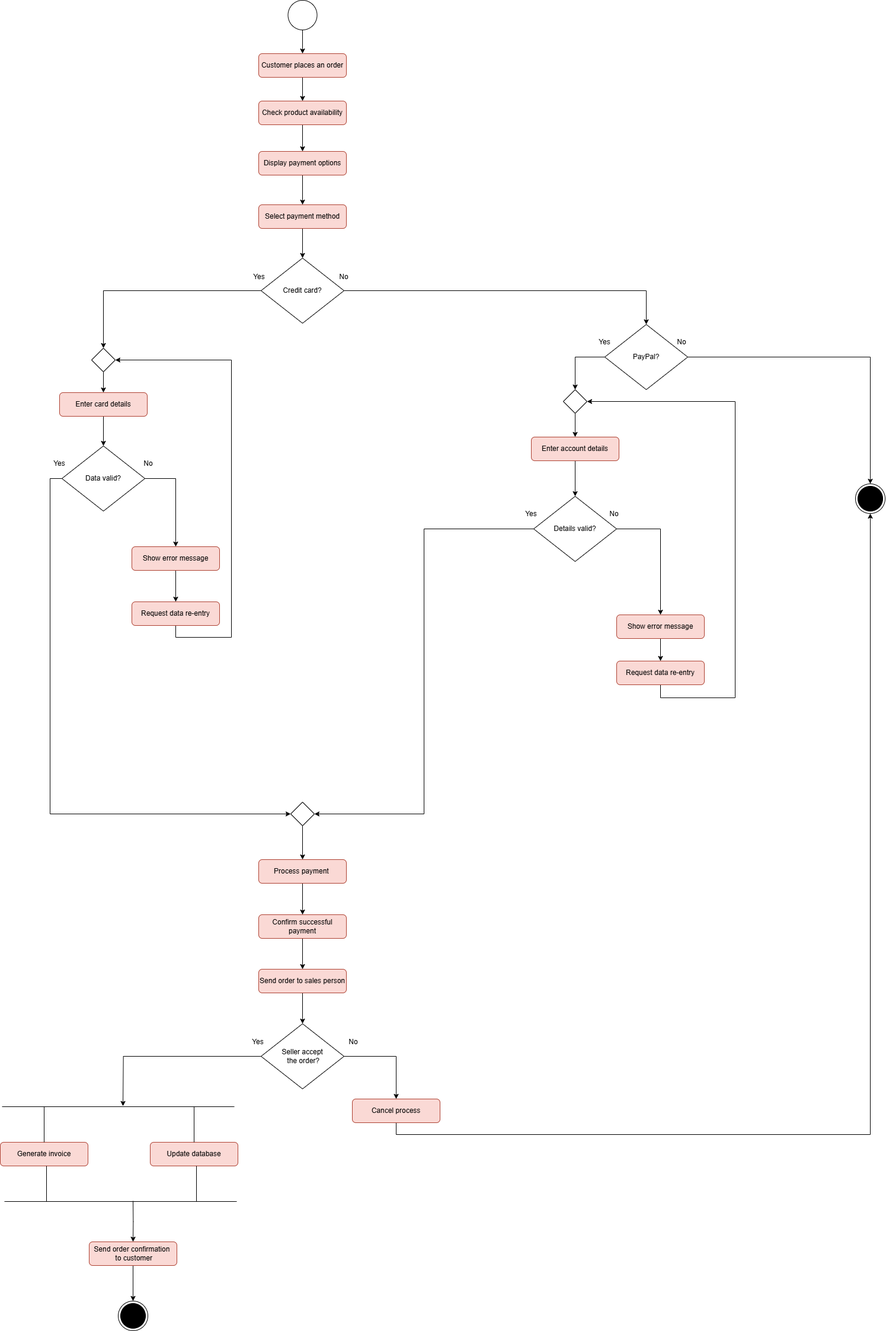
Zaher500/Applications keeps this draw.io diagram as Analysis/activity_diagrams/images/payment_activity.png. Above is the earlier version. Source tidied: cells renumbered, new cells last; positions are measured from the earlier drawing's top-left corner, leaving out a move shared by most shapes.
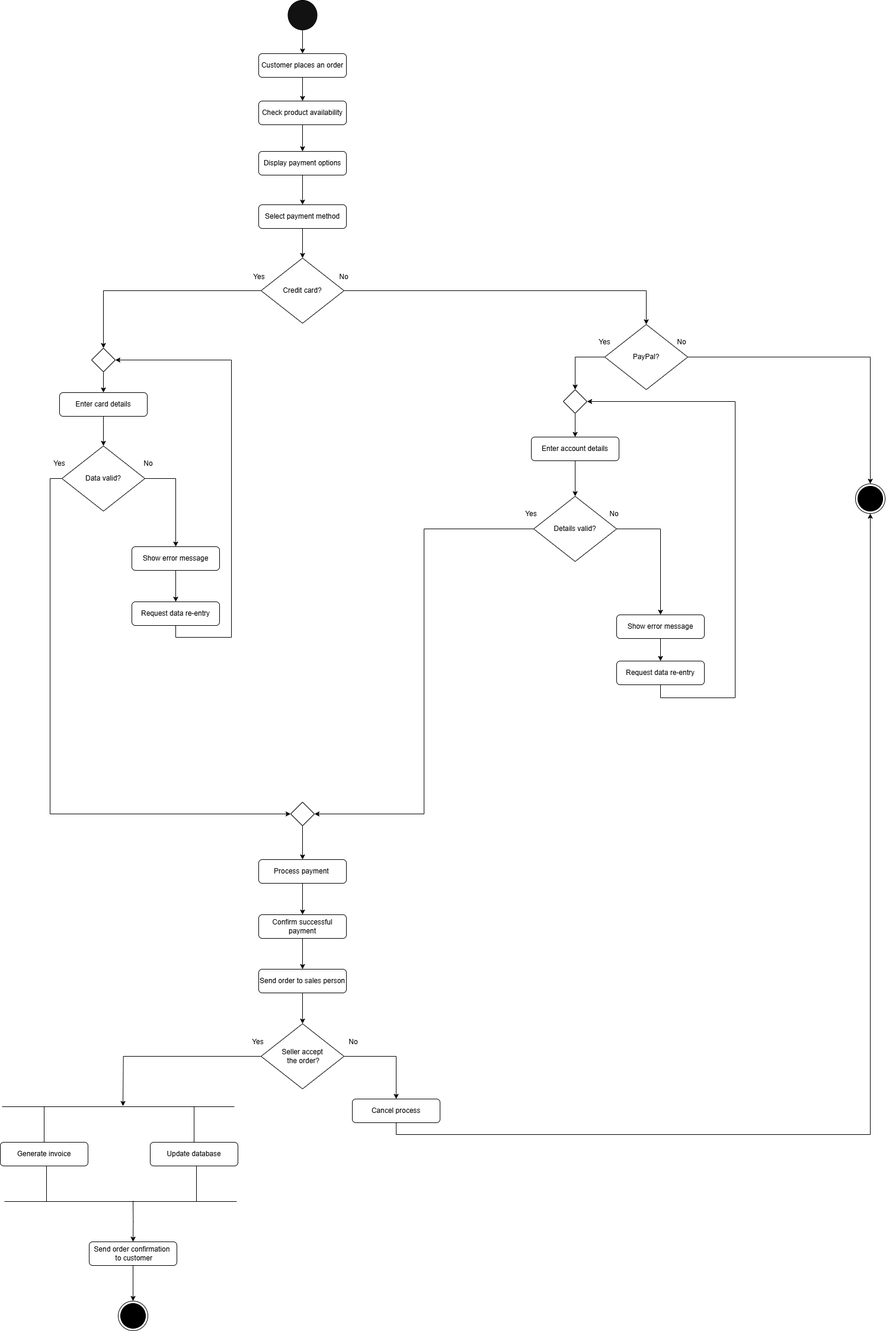
After the change.

Change to the diagram source:
```diff
@@ -5,31 +5,31 @@
     <mxCell id="2" style="edgeStyle=orthogonalEdgeStyle;rounded=0;jettySize=auto;html=1;exitX=0.5;exitY=1;exitDx=0;exitDy=0;entryX=0.5;entryY=0;entryDx=0;entryDy=0;strokeColor=light-dark(#000000,#000000);align=center;verticalAlign=middle;fontFamily=Helvetica;fontSize=11;fontColor=default;labelBackgroundColor=default;endArrow=classic;" parent="1" edge="1" source="3" target="7">
       <mxGeometry relative="1" as="geometry" />
     </mxCell>
-    <mxCell id="3" value="&lt;font style=&quot;color: light-dark(rgb(0, 0, 0), rgb(0, 0, 0));&quot;&gt;Customer places an order&lt;/font&gt;" style="rounded=1;whiteSpace=wrap;html=1;fillColor=light-dark(#FAD9D5,#FFFFFF);strokeColor=#ae4132;" parent="1" vertex="1">
+    <mxCell id="3" value="&lt;font style=&quot;color: light-dark(rgb(0, 0, 0), rgb(0, 0, 0));&quot;&gt;Customer places an order&lt;/font&gt;" style="rounded=1;whiteSpace=wrap;html=1;fillColor=light-dark(#FAD9D5,#FFFFFF);strokeColor=light-dark(#000000,#000000);" parent="1" vertex="1">
       <mxGeometry x="436" y="90" width="148" height="40" as="geometry" />
     </mxCell>
     <mxCell id="4" style="edgeStyle=orthogonalEdgeStyle;rounded=0;jettySize=auto;html=1;exitX=0.5;exitY=1;exitDx=0;exitDy=0;entryX=0.5;entryY=0;entryDx=0;entryDy=0;strokeColor=light-dark(#000000,#000000);" parent="1" edge="1" source="5" target="3">
       <mxGeometry relative="1" as="geometry" />
     </mxCell>
-    <mxCell id="5" style="ellipse;whiteSpace=wrap;html=1;" parent="1" vertex="1">
+    <mxCell id="5" style="ellipse;whiteSpace=wrap;html=1;strokeColor=light-dark(#000000,#000000);" parent="1" vertex="1">
       <mxGeometry x="485.5" width="49" height="50" as="geometry" />
     </mxCell>
     <mxCell id="6" style="edgeStyle=orthogonalEdgeStyle;rounded=0;jettySize=auto;html=1;exitX=0.5;exitY=1;exitDx=0;exitDy=0;entryX=0.5;entryY=0;entryDx=0;entryDy=0;strokeColor=light-dark(#000000,#000000);align=center;verticalAlign=middle;fontFamily=Helvetica;fontSize=11;fontColor=default;labelBackgroundColor=default;endArrow=classic;" parent="1" edge="1" source="7" target="9">
       <mxGeometry relative="1" as="geometry" />
     </mxCell>
-    <mxCell id="7" value="&lt;font style=&quot;color: light-dark(rgb(0, 0, 0), rgb(0, 0, 0));&quot;&gt;Check product availability&lt;/font&gt;" style="rounded=1;whiteSpace=wrap;html=1;fillColor=light-dark(#FAD9D5,#FFFFFF);strokeColor=#ae4132;" parent="1" vertex="1">
+    <mxCell id="7" value="&lt;font style=&quot;color: light-dark(rgb(0, 0, 0), rgb(0, 0, 0));&quot;&gt;Check product availability&lt;/font&gt;" style="rounded=1;whiteSpace=wrap;html=1;fillColor=light-dark(#FAD9D5,#FFFFFF);strokeColor=light-dark(#000000,#000000);" parent="1" vertex="1">
       <mxGeometry x="436" y="170" width="148" height="40" as="geometry" />
     </mxCell>
     <mxCell id="8" style="edgeStyle=orthogonalEdgeStyle;rounded=0;jettySize=auto;html=1;exitX=0.5;exitY=1;exitDx=0;exitDy=0;entryX=0.5;entryY=0;entryDx=0;entryDy=0;strokeColor=light-dark(#000000,#000000);" parent="1" edge="1" source="9" target="11">
       <mxGeometry relative="1" as="geometry" />
     </mxCell>
-    <mxCell id="9" value="&lt;font style=&quot;color: light-dark(rgb(0, 0, 0), rgb(0, 0, 0));&quot;&gt;Display payment options&lt;/font&gt;" style="rounded=1;whiteSpace=wrap;html=1;fillColor=light-dark(#FAD9D5,#FFFFFF);strokeColor=#ae4132;" parent="1" vertex="1">
+    <mxCell id="9" value="&lt;font style=&quot;color: light-dark(rgb(0, 0, 0), rgb(0, 0, 0));&quot;&gt;Display payment options&lt;/font&gt;" style="rounded=1;whiteSpace=wrap;html=1;fillColor=light-dark(#FAD9D5,#FFFFFF);strokeColor=light-dark(#000000,#000000);" parent="1" vertex="1">
       <mxGeometry x="436" y="255" width="148" height="40" as="geometry" />
     </mxCell>
     <mxCell id="10" style="edgeStyle=orthogonalEdgeStyle;rounded=0;jettySize=auto;html=1;exitX=0.5;exitY=1;exitDx=0;exitDy=0;entryX=0.5;entryY=0;entryDx=0;entryDy=0;strokeColor=light-dark(#000000,#000000);" parent="1" edge="1" source="11" target="14">
       <mxGeometry relative="1" as="geometry" />
     </mxCell>
-    <mxCell id="11" value="&lt;font style=&quot;color: light-dark(rgb(0, 0, 0), rgb(0, 0, 0));&quot;&gt;Select payment method&lt;/font&gt;" style="rounded=1;whiteSpace=wrap;html=1;fillColor=light-dark(#FAD9D5,#FFFFFF);strokeColor=#ae4132;" parent="1" vertex="1">
+    <mxCell id="11" value="&lt;font style=&quot;color: light-dark(rgb(0, 0, 0), rgb(0, 0, 0));&quot;&gt;Select payment method&lt;/font&gt;" style="rounded=1;whiteSpace=wrap;html=1;fillColor=light-dark(#FAD9D5,#FFFFFF);strokeColor=light-dark(#000000,#000000);" parent="1" vertex="1">
       <mxGeometry x="436" y="345" width="148" height="40" as="geometry" />
     </mxCell>
     <mxCell id="12" style="edgeStyle=orthogonalEdgeStyle;rounded=0;jettySize=auto;html=1;exitX=1;exitY=0.5;exitDx=0;exitDy=0;entryX=0.5;entryY=0;entryDx=0;entryDy=0;strokeColor=light-dark(#000000,#000000);" parent="1" edge="1" source="14" target="21">
@@ -44,7 +44,7 @@
     <mxCell id="15" style="edgeStyle=orthogonalEdgeStyle;rounded=0;jettySize=auto;html=1;exitX=0.5;exitY=1;exitDx=0;exitDy=0;entryX=0.5;entryY=0;entryDx=0;entryDy=0;strokeColor=light-dark(#000000,#000000);" parent="1" edge="1" source="16" target="39">
       <mxGeometry relative="1" as="geometry" />
     </mxCell>
-    <mxCell id="16" value="&lt;font style=&quot;color: light-dark(rgb(0, 0, 0), rgb(0, 0, 0));&quot;&gt;Enter card details&lt;/font&gt;" style="rounded=1;whiteSpace=wrap;html=1;fillColor=light-dark(#FAD9D5,#FFFFFF);strokeColor=#ae4132;" parent="1" vertex="1">
+    <mxCell id="16" value="&lt;font style=&quot;color: light-dark(rgb(0, 0, 0), rgb(0, 0, 0));&quot;&gt;Enter card details&lt;/font&gt;" style="rounded=1;whiteSpace=wrap;html=1;fillColor=light-dark(#FAD9D5,#FFFFFF);strokeColor=light-dark(#000000,#000000);" parent="1" vertex="1">
       <mxGeometry x="100" y="662" width="148" height="40" as="geometry" />
     </mxCell>
     <mxCell id="17" value="Yes" style="text;html=1;align=center;verticalAlign=middle;whiteSpace=wrap;rounded=0;fontColor=light-dark(#000000,#000000);" parent="1" vertex="1">
@@ -68,7 +68,7 @@
     <mxCell id="23" style="edgeStyle=orthogonalEdgeStyle;rounded=0;jettySize=auto;html=1;exitX=0.5;exitY=1;exitDx=0;exitDy=0;strokeColor=light-dark(#000000,#000000);" parent="1" edge="1" source="24" target="27">
       <mxGeometry relative="1" as="geometry" />
     </mxCell>
-    <mxCell id="24" value="&lt;font style=&quot;color: light-dark(rgb(0, 0, 0), rgb(0, 0, 0));&quot;&gt;Enter account details&lt;/font&gt;" style="rounded=1;whiteSpace=wrap;html=1;fillColor=light-dark(#FAD9D5,#FFFFFF);strokeColor=#ae4132;" parent="1" vertex="1">
+    <mxCell id="24" value="&lt;font style=&quot;color: light-dark(rgb(0, 0, 0), rgb(0, 0, 0));&quot;&gt;Enter account details&lt;/font&gt;" style="rounded=1;whiteSpace=wrap;html=1;fillColor=light-dark(#FAD9D5,#FFFFFF);strokeColor=light-dark(#000000,#000000);" parent="1" vertex="1">
       <mxGeometry x="896" y="737" width="148" height="40" as="geometry" />
     </mxCell>
     <mxCell id="25" style="edgeStyle=orthogonalEdgeStyle;rounded=0;jettySize=auto;html=1;exitX=1;exitY=0.5;exitDx=0;exitDy=0;entryX=0.5;entryY=0;entryDx=0;entryDy=0;strokeColor=light-dark(#000000,#000000);" parent="1" edge="1" source="27" target="32">
@@ -92,7 +92,7 @@
     <mxCell id="31" style="edgeStyle=orthogonalEdgeStyle;rounded=0;jettySize=auto;html=1;exitX=0.5;exitY=1;exitDx=0;exitDy=0;entryX=0.5;entryY=0;entryDx=0;entryDy=0;strokeColor=light-dark(#000000,#000000);" parent="1" edge="1" source="32" target="34">
       <mxGeometry relative="1" as="geometry" />
     </mxCell>
-    <mxCell id="32" value="&lt;font style=&quot;color: light-dark(rgb(0, 0, 0), rgb(0, 0, 0));&quot;&gt;Show error message&lt;/font&gt;" style="rounded=1;whiteSpace=wrap;html=1;fillColor=light-dark(#FAD9D5,#FFFFFF);strokeColor=#ae4132;" parent="1" vertex="1">
+    <mxCell id="32" value="&lt;font style=&quot;color: light-dark(rgb(0, 0, 0), rgb(0, 0, 0));&quot;&gt;Show error message&lt;/font&gt;" style="rounded=1;whiteSpace=wrap;html=1;fillColor=light-dark(#FAD9D5,#FFFFFF);strokeColor=light-dark(#000000,#000000);" parent="1" vertex="1">
       <mxGeometry x="1040" y="1037" width="148" height="40" as="geometry" />
     </mxCell>
     <mxCell id="33" style="edgeStyle=orthogonalEdgeStyle;rounded=0;jettySize=auto;html=1;exitX=0.5;exitY=1;exitDx=0;exitDy=0;entryX=1;entryY=0.5;entryDx=0;entryDy=0;strokeColor=light-dark(#000000,#000000);" parent="1" edge="1" source="34" target="36">
@@ -104,7 +104,7 @@
         </Array>
       </mxGeometry>
     </mxCell>
-    <mxCell id="34" value="&lt;font style=&quot;color: light-dark(rgb(0, 0, 0), rgb(0, 0, 0));&quot;&gt;Request data re-entry&lt;/font&gt;" style="rounded=1;whiteSpace=wrap;html=1;fillColor=light-dark(#FAD9D5,#FFFFFF);strokeColor=#ae4132;" parent="1" vertex="1">
+    <mxCell id="34" value="&lt;font style=&quot;color: light-dark(rgb(0, 0, 0), rgb(0, 0, 0));&quot;&gt;Request data re-entry&lt;/font&gt;" style="rounded=1;whiteSpace=wrap;html=1;fillColor=light-dark(#FAD9D5,#FFFFFF);strokeColor=light-dark(#000000,#000000);" parent="1" vertex="1">
       <mxGeometry x="1040" y="1115" width="148" height="40" as="geometry" />
     </mxCell>
     <mxCell id="35" style="edgeStyle=orthogonalEdgeStyle;rounded=0;jettySize=auto;html=1;exitX=0.5;exitY=1;exitDx=0;exitDy=0;entryX=0.5;entryY=0;entryDx=0;entryDy=0;strokeColor=light-dark(#000000,#000000);" parent="1" edge="1" source="36" target="24">
@@ -131,7 +131,7 @@
     <mxCell id="42" style="edgeStyle=orthogonalEdgeStyle;rounded=0;jettySize=auto;html=1;exitX=0.5;exitY=1;exitDx=0;exitDy=0;entryX=0.5;entryY=0;entryDx=0;entryDy=0;strokeColor=light-dark(#000000,#000000);" parent="1" edge="1" source="43" target="45">
       <mxGeometry relative="1" as="geometry" />
     </mxCell>
-    <mxCell id="43" value="&lt;font style=&quot;color: light-dark(rgb(0, 0, 0), rgb(0, 0, 0));&quot;&gt;Show error message&lt;/font&gt;" style="rounded=1;whiteSpace=wrap;html=1;fillColor=light-dark(#FAD9D5,#FFFFFF);strokeColor=#ae4132;" parent="1" vertex="1">
+    <mxCell id="43" value="&lt;font style=&quot;color: light-dark(rgb(0, 0, 0), rgb(0, 0, 0));&quot;&gt;Show error message&lt;/font&gt;" style="rounded=1;whiteSpace=wrap;html=1;fillColor=light-dark(#FAD9D5,#FFFFFF);strokeColor=light-dark(#000000,#000000);" parent="1" vertex="1">
       <mxGeometry x="222" y="922" width="148" height="40" as="geometry" />
     </mxCell>
     <mxCell id="44" style="edgeStyle=orthogonalEdgeStyle;rounded=0;jettySize=auto;html=1;exitX=0.5;exitY=1;exitDx=0;exitDy=0;entryX=1;entryY=0.5;entryDx=0;entryDy=0;strokeColor=light-dark(#000000,#000000);" parent="1" edge="1" source="45" target="47">
@@ -143,7 +143,7 @@
         </Array>
       </mxGeometry>
     </mxCell>
-    <mxCell id="45" value="&lt;font style=&quot;color: light-dark(rgb(0, 0, 0), rgb(0, 0, 0));&quot;&gt;Request data re-entry&lt;/font&gt;" style="rounded=1;whiteSpace=wrap;html=1;fillColor=light-dark(#FAD9D5,#FFFFFF);strokeColor=#ae4132;" parent="1" vertex="1">
+    <mxCell id="45" value="&lt;font style=&quot;color: light-dark(rgb(0, 0, 0), rgb(0, 0, 0));&quot;&gt;Request data re-entry&lt;/font&gt;" style="rounded=1;whiteSpace=wrap;html=1;fillColor=light-dark(#FAD9D5,#FFFFFF);strokeColor=light-dark(#000000,#000000);" parent="1" vertex="1">
       <mxGeometry x="222" y="1015" width="148" height="40" as="geometry" />
     </mxCell>
     <mxCell id="46" style="edgeStyle=orthogonalEdgeStyle;rounded=0;jettySize=auto;html=1;exitX=0.5;exitY=1;exitDx=0;exitDy=0;entryX=0.5;entryY=0;entryDx=0;entryDy=0;strokeColor=light-dark(#000000,#000000);" parent="1" edge="1" source="47" target="16">
@@ -155,19 +155,19 @@
     <mxCell id="48" style="edgeStyle=orthogonalEdgeStyle;shape=connector;rounded=0;jettySize=auto;html=1;exitX=0.5;exitY=1;exitDx=0;exitDy=0;entryX=0.5;entryY=0;entryDx=0;entryDy=0;strokeColor=light-dark(#000000,#000000);align=center;verticalAlign=middle;fontFamily=Helvetica;fontSize=11;fontColor=default;labelBackgroundColor=default;endArrow=classic;" parent="1" edge="1" source="49" target="51">
       <mxGeometry relative="1" as="geometry" />
     </mxCell>
-    <mxCell id="49" value="&lt;font style=&quot;color: light-dark(rgb(0, 0, 0), rgb(0, 0, 0));&quot;&gt;Process payment&amp;nbsp;&lt;/font&gt;" style="rounded=1;whiteSpace=wrap;html=1;fillColor=light-dark(#FAD9D5,#FFFFFF);strokeColor=#ae4132;" parent="1" vertex="1">
+    <mxCell id="49" value="&lt;font style=&quot;color: light-dark(rgb(0, 0, 0), rgb(0, 0, 0));&quot;&gt;Process payment&amp;nbsp;&lt;/font&gt;" style="rounded=1;whiteSpace=wrap;html=1;fillColor=light-dark(#FAD9D5,#FFFFFF);strokeColor=light-dark(#000000,#000000);" parent="1" vertex="1">
       <mxGeometry x="436" y="1450" width="148" height="40" as="geometry" />
     </mxCell>
     <mxCell id="50" style="edgeStyle=orthogonalEdgeStyle;shape=connector;rounded=0;jettySize=auto;html=1;exitX=0.5;exitY=1;exitDx=0;exitDy=0;entryX=0.5;entryY=0;entryDx=0;entryDy=0;strokeColor=light-dark(#000000,#000000);align=center;verticalAlign=middle;fontFamily=Helvetica;fontSize=11;fontColor=default;labelBackgroundColor=default;endArrow=classic;" parent="1" edge="1" source="51" target="66">
       <mxGeometry relative="1" as="geometry" />
     </mxCell>
-    <mxCell id="51" value="&lt;font style=&quot;color: light-dark(rgb(0, 0, 0), rgb(0, 0, 0));&quot;&gt;Confirm successful payment&lt;/font&gt;" style="rounded=1;whiteSpace=wrap;html=1;fillColor=light-dark(#FAD9D5,#FFFFFF);strokeColor=#ae4132;" parent="1" vertex="1">
+    <mxCell id="51" value="&lt;font style=&quot;color: light-dark(rgb(0, 0, 0), rgb(0, 0, 0));&quot;&gt;Confirm successful payment&lt;/font&gt;" style="rounded=1;whiteSpace=wrap;html=1;fillColor=light-dark(#FAD9D5,#FFFFFF);strokeColor=light-dark(#000000,#000000);" parent="1" vertex="1">
       <mxGeometry x="436" y="1543" width="148" height="40" as="geometry" />
     </mxCell>
-    <mxCell id="52" value="&lt;font style=&quot;color: light-dark(rgb(0, 0, 0), rgb(0, 0, 0));&quot;&gt;Generate invoice&lt;/font&gt;" style="rounded=1;whiteSpace=wrap;html=1;fillColor=light-dark(#FAD9D5,#FFFFFF);strokeColor=#ae4132;" parent="1" vertex="1">
+    <mxCell id="52" value="&lt;font style=&quot;color: light-dark(rgb(0, 0, 0), rgb(0, 0, 0));&quot;&gt;Generate invoice&lt;/font&gt;" style="rounded=1;whiteSpace=wrap;html=1;fillColor=light-dark(#FAD9D5,#FFFFFF);strokeColor=light-dark(#000000,#000000);" parent="1" vertex="1">
       <mxGeometry y="1927" width="148" height="40" as="geometry" />
     </mxCell>
-    <mxCell id="53" value="&lt;p style=&quot;margin-top: 0pt; margin-bottom: 0pt; margin-left: 0in; direction: ltr; unicode-bidi: embed; word-break: normal;&quot;&gt;&lt;font style=&quot;color: light-dark(rgb(0, 0, 0), rgb(0, 0, 0));&quot;&gt;Update database&lt;/font&gt;&lt;/p&gt;" style="rounded=1;whiteSpace=wrap;html=1;fillColor=light-dark(#FAD9D5,#FFFFFF);strokeColor=#ae4132;" parent="1" vertex="1">
+    <mxCell id="53" value="&lt;p style=&quot;margin-top: 0pt; margin-bottom: 0pt; margin-left: 0in; direction: ltr; unicode-bidi: embed; word-break: normal;&quot;&gt;&lt;font style=&quot;color: light-dark(rgb(0, 0, 0), rgb(0, 0, 0));&quot;&gt;Update database&lt;/font&gt;&lt;/p&gt;" style="rounded=1;whiteSpace=wrap;html=1;fillColor=light-dark(#FAD9D5,#FFFFFF);strokeColor=light-dark(#000000,#000000);" parent="1" vertex="1">
       <mxGeometry x="253" y="1927" width="148" height="40" as="geometry" />
     </mxCell>
     <mxCell id="54" style="endArrow=none;html=1;rounded=0;strokeColor=light-dark(#000000,#000000);" parent="1" edge="1">
@@ -213,7 +213,7 @@
     <mxCell id="62" style="edgeStyle=orthogonalEdgeStyle;rounded=0;jettySize=auto;html=1;exitX=0.5;exitY=1;exitDx=0;exitDy=0;entryX=0.5;entryY=0;entryDx=0;entryDy=0;strokeColor=light-dark(#000000,#000000);" parent="1" edge="1" source="63" target="64">
       <mxGeometry relative="1" as="geometry" />
     </mxCell>
-    <mxCell id="63" value="&lt;font style=&quot;color: light-dark(rgb(0, 0, 0), rgb(0, 0, 0));&quot;&gt;Send order confirmation&amp;nbsp; &amp;nbsp;to customer&lt;/font&gt;" style="rounded=1;whiteSpace=wrap;html=1;fillColor=light-dark(#FAD9D5,#FFFFFF);strokeColor=#ae4132;" parent="1" vertex="1">
+    <mxCell id="63" value="&lt;font style=&quot;color: light-dark(rgb(0, 0, 0), rgb(0, 0, 0));&quot;&gt;Send order confirmation&amp;nbsp; &amp;nbsp;to customer&lt;/font&gt;" style="rounded=1;whiteSpace=wrap;html=1;fillColor=light-dark(#FAD9D5,#FFFFFF);strokeColor=light-dark(#000000,#000000);" parent="1" vertex="1">
       <mxGeometry x="150" y="2095" width="148" height="40" as="geometry" />
     </mxCell>
     <mxCell id="64" style="ellipse;html=1;shape=endState;fillColor=light-dark(#000000,#000000);strokeColor=light-dark(#000000,#000000);align=center;verticalAlign=middle;fontFamily=Helvetica;fontSize=12;fontColor=default;" parent="1" vertex="1">
@@ -222,7 +222,7 @@
     <mxCell id="65" style="edgeStyle=orthogonalEdgeStyle;shape=connector;rounded=0;jettySize=auto;html=1;exitX=0.5;exitY=1;exitDx=0;exitDy=0;entryX=0.5;entryY=0;entryDx=0;entryDy=0;strokeColor=light-dark(#000000,#000000);align=center;verticalAlign=middle;fontFamily=Helvetica;fontSize=11;fontColor=default;labelBackgroundColor=default;endArrow=classic;" parent="1" edge="1" source="66" target="69">
       <mxGeometry relative="1" as="geometry" />
     </mxCell>
-    <mxCell id="66" value="&lt;span&gt;&lt;font style=&quot;color: light-dark(rgb(0, 0, 0), rgb(0, 0, 0));&quot;&gt;Send order to sales person&lt;/font&gt;&lt;/span&gt;" style="rounded=1;whiteSpace=wrap;html=1;fillColor=light-dark(#FAD9D5,#FFFFFF);strokeColor=#ae4132;" parent="1" vertex="1">
+    <mxCell id="66" value="&lt;span&gt;&lt;font style=&quot;color: light-dark(rgb(0, 0, 0), rgb(0, 0, 0));&quot;&gt;Send order to sales person&lt;/font&gt;&lt;/span&gt;" style="rounded=1;whiteSpace=wrap;html=1;fillColor=light-dark(#FAD9D5,#FFFFFF);strokeColor=light-dark(#000000,#000000);" parent="1" vertex="1">
       <mxGeometry x="436" y="1635" width="148" height="40" as="geometry" />
     </mxCell>
     <mxCell id="67" style="edgeStyle=orthogonalEdgeStyle;shape=connector;rounded=0;jettySize=auto;html=1;exitX=0;exitY=0.5;exitDx=0;exitDy=0;strokeColor=light-dark(#000000,#000000);align=center;verticalAlign=middle;fontFamily=Helvetica;fontSize=11;fontColor=default;labelBackgroundColor=default;endArrow=classic;" parent="1" edge="1" source="69">
@@ -250,7 +250,7 @@
     <mxCell id="73" style="edgeStyle=orthogonalEdgeStyle;shape=connector;rounded=0;jettySize=auto;html=1;exitX=0.5;exitY=1;exitDx=0;exitDy=0;entryX=0.5;entryY=1;entryDx=0;entryDy=0;strokeColor=light-dark(#000000,#000000);align=center;verticalAlign=middle;fontFamily=Helvetica;fontSize=11;fontColor=default;labelBackgroundColor=default;endArrow=classic;" parent="1" edge="1" source="74" target="75">
       <mxGeometry relative="1" as="geometry" />
     </mxCell>
-    <mxCell id="74" value="Cancel process" style="rounded=1;whiteSpace=wrap;html=1;fillColor=light-dark(#FAD9D5,#FFFFFF);strokeColor=#ae4132;fontColor=light-dark(#000000,#000000);" parent="1" vertex="1">
+    <mxCell id="74" value="Cancel process" style="rounded=1;whiteSpace=wrap;html=1;fillColor=light-dark(#FAD9D5,#FFFFFF);strokeColor=light-dark(#000000,#000000);fontColor=light-dark(#000000,#000000);" parent="1" vertex="1">
       <mxGeometry x="594" y="1854" width="148" height="40" as="geometry" />
     </mxCell>
     <mxCell id="75" style="ellipse;html=1;shape=endState;fillColor=light-dark(#000000,#000000);strokeColor=light-dark(#000000,#000000);align=center;verticalAlign=middle;fontFamily=Helvetica;fontSize=12;fontColor=default;" parent="1" vertex="1">
```
